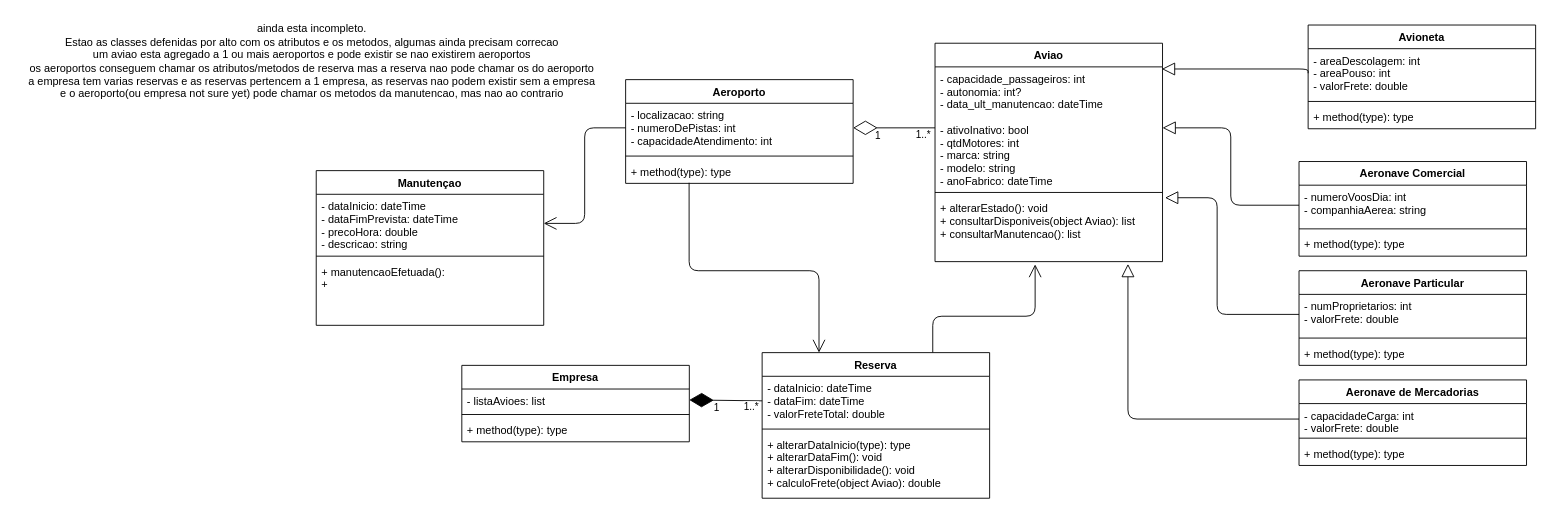
The draw.io diagram planning.drawio in fabi0wz/Freight-Control-AeroMils, before the edit. Source tidied: cells renumbered, new cells numbered last; positions are measured from the earlier drawing's top-left corner, leaving out a move shared by most shapes. Both pictures are drawn from the tidied source at 91%, with x=0, y=0 at pixel (15, 15).
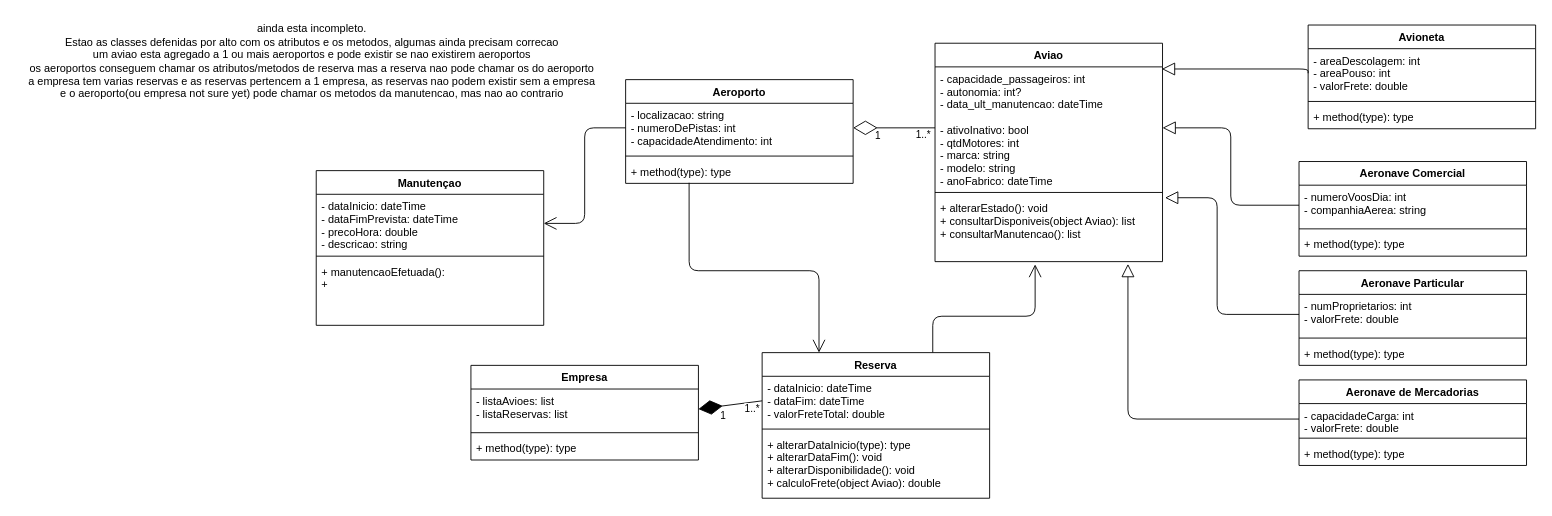
The same diagram, later.

Unchanged cells that the change refers to:
```xml
<mxCell id="29" value="+ method(type): type" style="text;strokeColor=none;fillColor=none;align=left;verticalAlign=top;spacingLeft=4;spacingRight=4;overflow=hidden;points=[[0,0.5],[1,0.5]];portConstraint=eastwest;" parent="26" vertex="1">
  <mxGeometry y="88" width="250" height="26" as="geometry" />
</mxCell>
<mxCell id="37" value="Reserva" style="swimlane;fontStyle=1;align=center;verticalAlign=top;horizontal=1;startSize=26;" parent="1" vertex="1">
  <mxGeometry x="820" y="370" width="250" height="160" as="geometry" />
</mxCell>
```

Change to the diagram source:
```diff
@@
     <mxCell id="30" value="Empresa" style="swimlane;fontStyle=1;align=center;verticalAlign=top;horizontal=1;startSize=26;" parent="1" vertex="1">
-      <mxGeometry x="490" y="384" width="250" height="84" as="geometry" />
+      <mxGeometry x="500" y="384" width="250" height="104" as="geometry" />
     </mxCell>
-    <mxCell id="31" value="- listaAvioes: list" style="text;strokeColor=none;fillColor=none;align=left;verticalAlign=top;spacingLeft=4;spacingRight=4;overflow=hidden;points=[[0,0.5],[1,0.5]];portConstraint=eastwest;" parent="30" vertex="1">
-      <mxGeometry y="26" width="250" height="24" as="geometry" />
+    <mxCell id="31" value="- listaAvioes: list&#10;- listaReservas: list" style="text;strokeColor=none;fillColor=none;align=left;verticalAlign=top;spacingLeft=4;spacingRight=4;overflow=hidden;points=[[0,0.5],[1,0.5]];portConstraint=eastwest;" parent="30" vertex="1">
+      <mxGeometry y="26" width="250" height="44" as="geometry" />
     </mxCell>
     <mxCell id="32" style="line;strokeWidth=1;fillColor=none;align=left;verticalAlign=middle;spacingTop=-1;spacingLeft=3;spacingRight=3;labelPosition=right;strokeColor=inherit;" parent="30" vertex="1">
-      <mxGeometry y="50" width="250" height="8" as="geometry" />
+      <mxGeometry y="70" width="250" height="8" as="geometry" />
     </mxCell>
     <mxCell id="33" value="+ method(type): type" style="text;strokeColor=none;fillColor=none;align=left;verticalAlign=top;spacingLeft=4;spacingRight=4;overflow=hidden;" parent="30" vertex="1">
-      <mxGeometry y="58" width="250" height="26" as="geometry" />
+      <mxGeometry y="78" width="250" height="26" as="geometry" />
     </mxCell>
@@
     <mxCell id="35" style="edgeStyle=orthogonalEdgeStyle;html=1;exitX=0.25;exitY=0;exitDx=0;exitDy=0;endArrow=none;endFill=0;startArrow=open;startFill=0;entryX=0.279;entryY=0.974;entryDx=0;entryDy=0;entryPerimeter=0;startSize=12;" parent="1" edge="1" source="37" target="29">
       <mxGeometry relative="1" as="geometry">
         <Array as="points">
-          <mxPoint x="882" y="280" />
+          <mxPoint x="883" y="280" />
           <mxPoint x="740" y="280" />
         </Array>
       </mxGeometry>
     </mxCell>
```
